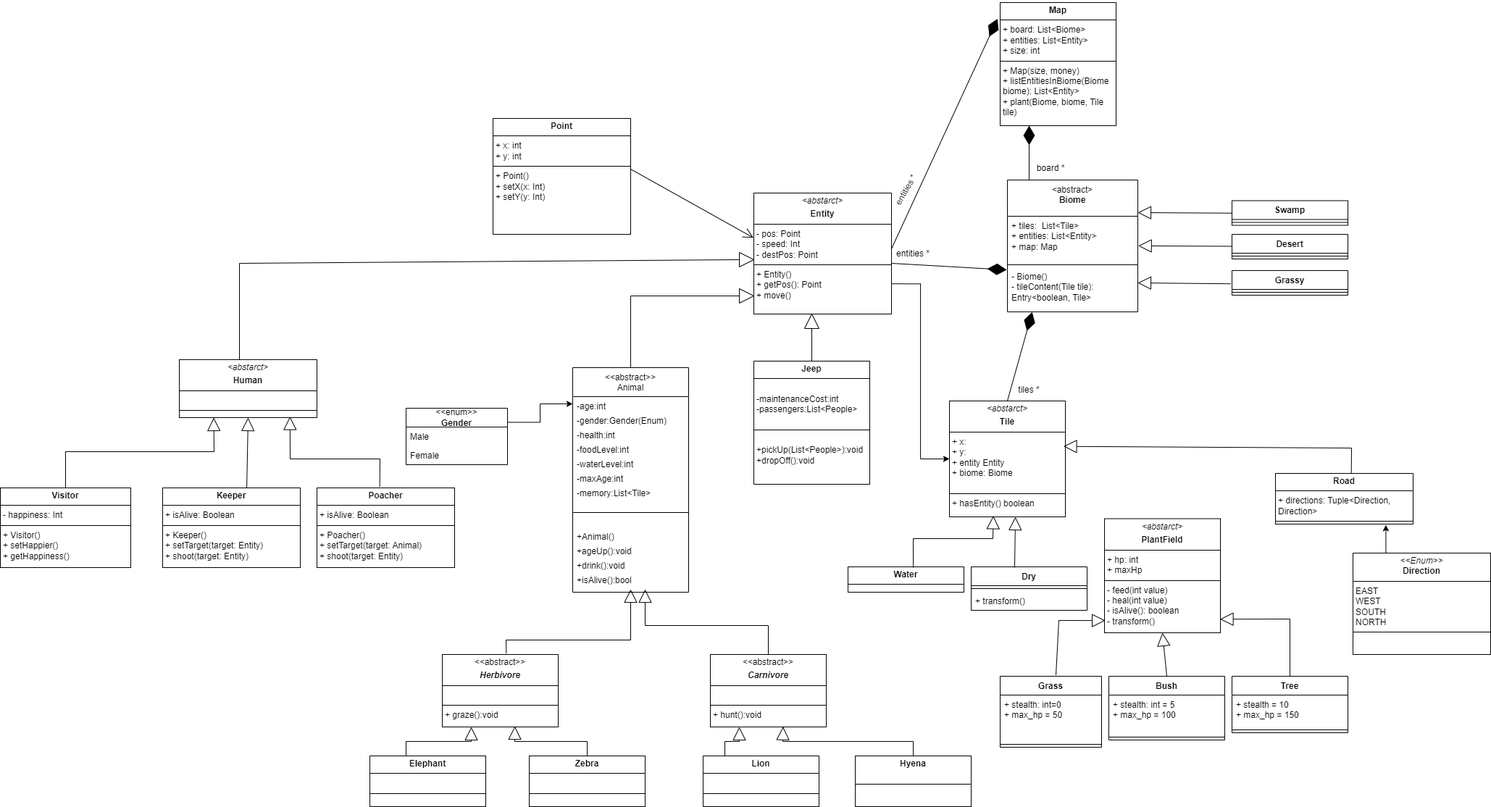
The draw.io diagram diagrams/Class_UML_diagrams/uml_diagram.png in AndrasMajor/SafariSimulator, before a commit. Source tidied: cells renumbered, new cells last; positions are measured from the earlier drawing's top-left corner, leaving out a move shared by most shapes.
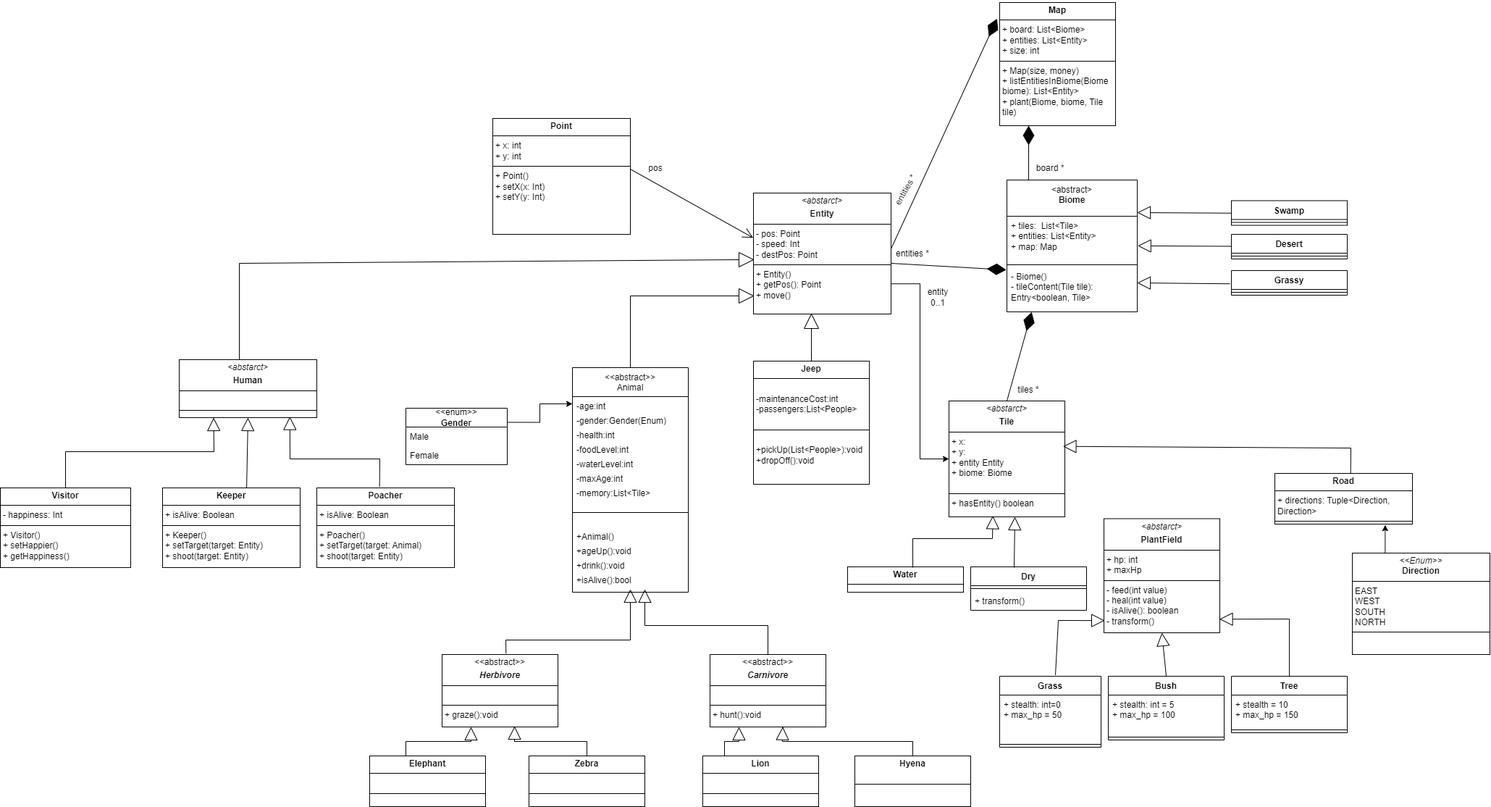
After the commit.

Diff of the diagram source:
```diff
@@ -369,5 +369,11 @@
     <mxCell id="94" value="tiles *" style="text;html=1;align=center;verticalAlign=middle;whiteSpace=wrap;rounded=0;rotation=0;" parent="1" vertex="1">
       <mxGeometry x="1390" y="520" width="60" height="30" as="geometry" />
     </mxCell>
+    <mxCell id="95" value="entity 0..1" style="text;html=1;align=center;verticalAlign=middle;whiteSpace=wrap;rounded=0;rotation=0;" parent="1" vertex="1">
+      <mxGeometry x="1270" y="398.7" width="50.1" height="16.3" as="geometry" />
+    </mxCell>
+    <mxCell id="96" value="pos" style="text;html=1;align=center;verticalAlign=middle;whiteSpace=wrap;rounded=0;rotation=0;" parent="1" vertex="1">
+      <mxGeometry x="880" y="220.3" width="50.1" height="16.3" as="geometry" />
+    </mxCell>
   </root>
 </mxGraphModel>
```
